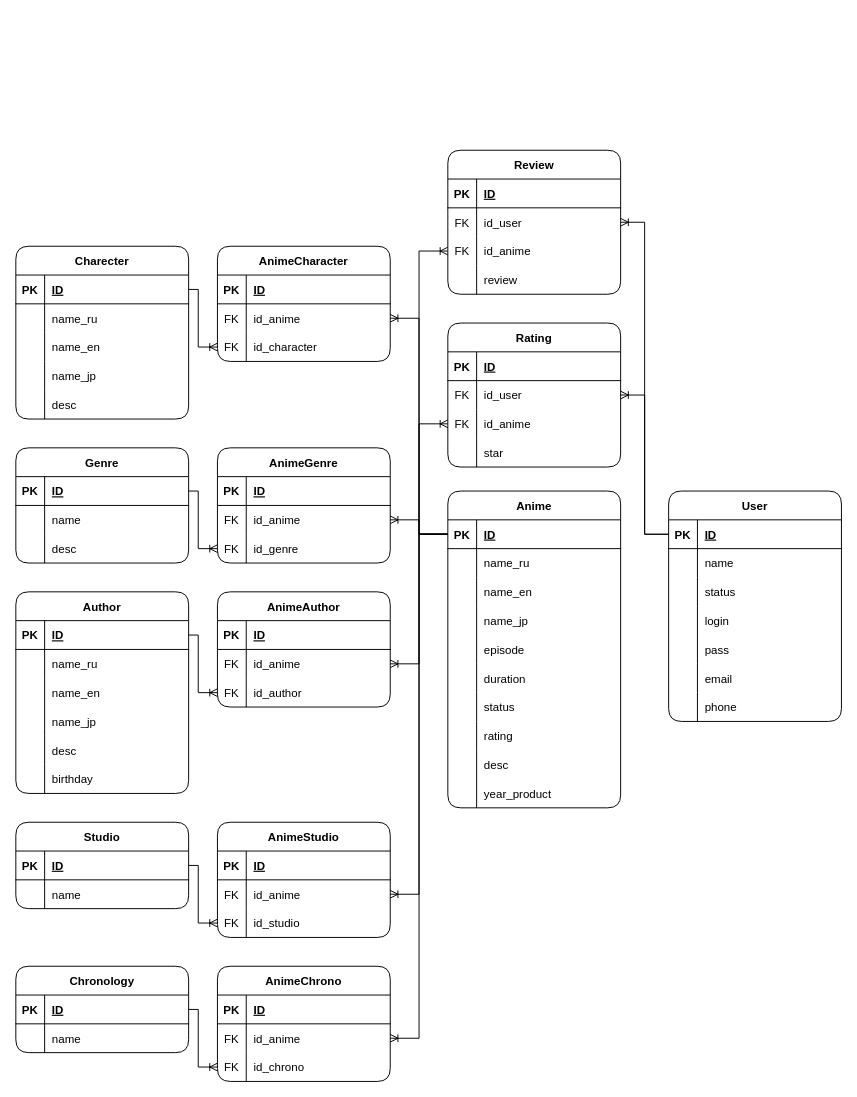
Before: AniTrack.drawio in kk313/AniTrack, a draw.io diagram. Source tidied: cells renumbered, new cells numbered last; positions are measured from the earlier drawing's top-left corner, leaving out a move shared by most shapes. Both pictures are drawn from the tidied source at 96%, with x=0, y=0 at pixel (15, 150).
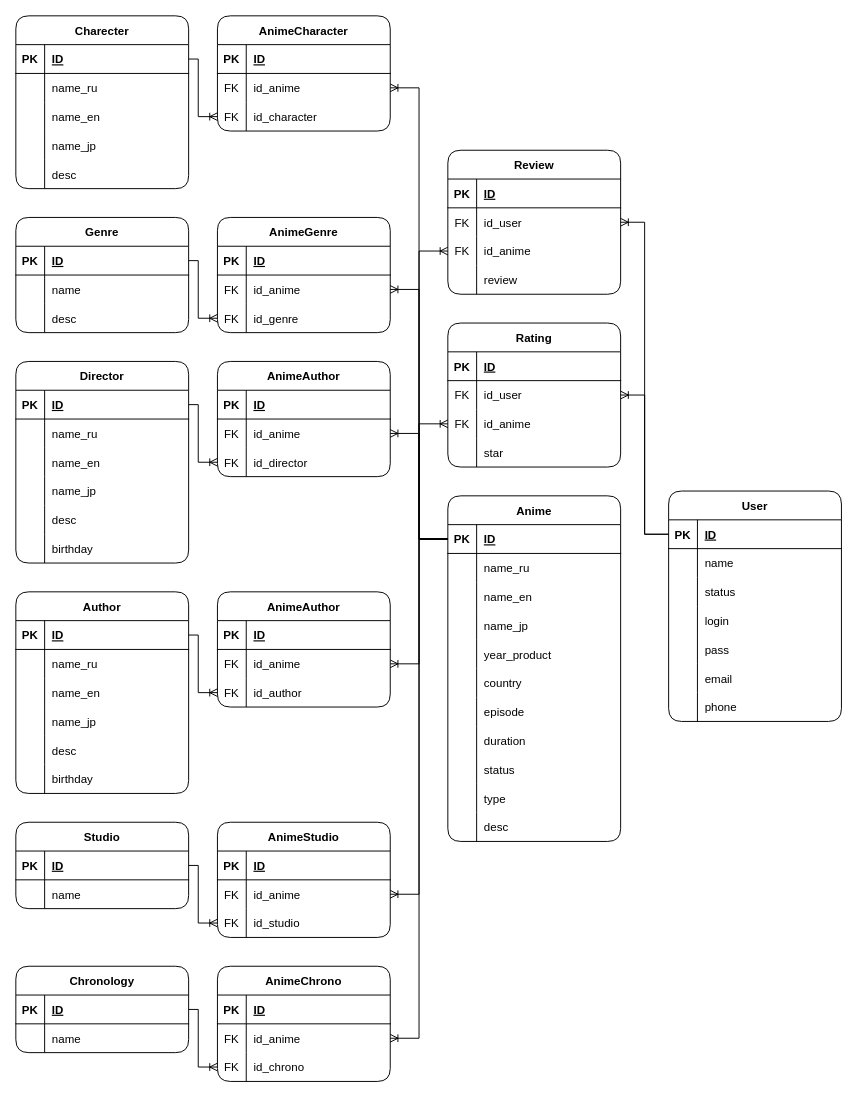
Above is the later version.

The change refers to these unchanged cells:
```xml
<mxCell id="4" style="shape=tableRow;horizontal=0;startSize=0;swimlaneHead=0;swimlaneBody=0;fillColor=none;points=[[0,0.5],[1,0.5]];portConstraint=eastwest;top=0;left=0;right=0;bottom=1;" parent="3" vertex="1">
  <mxGeometry y="30" width="180" height="30" as="geometry" />
</mxCell>
<mxCell id="64" style="shape=tableRow;horizontal=0;startSize=0;swimlaneHead=0;swimlaneBody=0;fillColor=none;points=[[0,0.5],[1,0.5]];portConstraint=eastwest;top=0;left=0;right=0;bottom=1;" parent="63" vertex="1">
  <mxGeometry y="30" width="180" height="30" as="geometry" />
</mxCell>
<mxCell id="106" style="shape=tableRow;horizontal=0;startSize=0;swimlaneHead=0;swimlaneBody=0;fillColor=none;points=[[0,0.5],[1,0.5]];portConstraint=eastwest;top=0;left=0;right=0;bottom=1;" parent="105" vertex="1">
  <mxGeometry y="30" width="180" height="30" as="geometry" />
</mxCell>
<mxCell id="122" style="shape=tableRow;horizontal=0;startSize=0;swimlaneHead=0;swimlaneBody=0;fillColor=none;points=[[0,0.5],[1,0.5]];portConstraint=eastwest;top=0;left=0;right=0;bottom=0;" parent="115" vertex="1">
  <mxGeometry y="90" width="180" height="30" as="geometry" />
</mxCell>
<mxCell id="162" style="shape=tableRow;horizontal=0;startSize=0;swimlaneHead=0;swimlaneBody=0;fillColor=none;points=[[0,0.5],[1,0.5]];portConstraint=eastwest;top=0;left=0;right=0;bottom=0;" parent="155" vertex="1">
  <mxGeometry y="90" width="180" height="30" as="geometry" />
</mxCell>
<mxCell id="182" style="shape=tableRow;horizontal=0;startSize=0;swimlaneHead=0;swimlaneBody=0;fillColor=none;points=[[0,0.5],[1,0.5]];portConstraint=eastwest;top=0;left=0;right=0;bottom=0;" parent="175" vertex="1">
  <mxGeometry y="90" width="180" height="30" as="geometry" />
</mxCell>
<mxCell id="195" style="shape=tableRow;horizontal=0;startSize=0;swimlaneHead=0;swimlaneBody=0;fillColor=none;points=[[0,0.5],[1,0.5]];portConstraint=eastwest;top=0;left=0;right=0;bottom=0;" parent="188" vertex="1">
  <mxGeometry y="90" width="180" height="30" as="geometry" />
</mxCell>
```

Diff of the diagram source:
```diff
@@
     <mxCell id="3" value="Anime" style="shape=table;startSize=30;childLayout=tableLayout;rowLines=0;fontStyle=1;align=center;rounded=1;" parent="1" vertex="1">
-      <mxGeometry x="450" y="355" width="180" height="330" as="geometry" />
+      <mxGeometry x="450" y="360" width="180" height="360" as="geometry" />
     </mxCell>
@@
+    <mxCell id="31" style="shape=tableRow;horizontal=0;startSize=0;swimlaneHead=0;swimlaneBody=0;fillColor=none;top=0;left=0;right=0;bottom=0;" parent="3" vertex="1">
+      <mxGeometry y="150" width="180" height="30" as="geometry" />
+    </mxCell>
+    <mxCell id="32" style="shape=partialRectangle;fillColor=none;top=0;left=0;bottom=0;right=0;overflow=hidden;" parent="31" vertex="1">
+      <mxGeometry width="30" height="30" as="geometry" />
+    </mxCell>
+    <mxCell id="33" value="year_product" style="shape=partialRectangle;fillColor=none;top=0;left=0;bottom=0;right=0;align=left;spacingLeft=6;overflow=hidden;" parent="31" vertex="1">
+      <mxGeometry x="30" width="150" height="30" as="geometry" />
+    </mxCell>
+    <mxCell id="205" style="shape=tableRow;horizontal=0;startSize=0;swimlaneHead=0;swimlaneBody=0;fillColor=none;top=0;left=0;right=0;bottom=0;" parent="3" vertex="1">
+      <mxGeometry y="180" width="180" height="30" as="geometry" />
+    </mxCell>
+    <mxCell id="206" style="shape=partialRectangle;fillColor=none;top=0;left=0;bottom=0;right=0;overflow=hidden;" parent="205" vertex="1">
+      <mxGeometry width="30" height="30" as="geometry" />
+    </mxCell>
+    <mxCell id="207" value="country" style="shape=partialRectangle;fillColor=none;top=0;left=0;bottom=0;right=0;align=left;spacingLeft=6;overflow=hidden;" parent="205" vertex="1">
+      <mxGeometry x="30" width="150" height="30" as="geometry" />
+    </mxCell>
     <mxCell id="16" style="shape=tableRow;horizontal=0;startSize=0;swimlaneHead=0;swimlaneBody=0;fillColor=none;top=0;left=0;right=0;bottom=0;" parent="3" vertex="1">
-      <mxGeometry y="150" width="180" height="30" as="geometry" />
+      <mxGeometry y="210" width="180" height="30" as="geometry" />
     </mxCell>
@@
     <mxCell id="19" style="shape=tableRow;horizontal=0;startSize=0;swimlaneHead=0;swimlaneBody=0;fillColor=none;top=0;left=0;right=0;bottom=0;" parent="3" vertex="1">
-      <mxGeometry y="180" width="180" height="30" as="geometry" />
+      <mxGeometry y="240" width="180" height="30" as="geometry" />
     </mxCell>
@@
     <mxCell id="22" style="shape=tableRow;horizontal=0;startSize=0;swimlaneHead=0;swimlaneBody=0;fillColor=none;top=0;left=0;right=0;bottom=0;" parent="3" vertex="1">
-      <mxGeometry y="210" width="180" height="30" as="geometry" />
+      <mxGeometry y="270" width="180" height="30" as="geometry" />
     </mxCell>
@@
     <mxCell id="25" style="shape=tableRow;horizontal=0;startSize=0;swimlaneHead=0;swimlaneBody=0;fillColor=none;top=0;left=0;right=0;bottom=0;" parent="3" vertex="1">
-      <mxGeometry y="240" width="180" height="30" as="geometry" />
+      <mxGeometry y="300" width="180" height="30" as="geometry" />
     </mxCell>
@@
-    <mxCell id="27" value="rating" style="shape=partialRectangle;fillColor=none;top=0;left=0;bottom=0;right=0;align=left;spacingLeft=6;overflow=hidden;" parent="25" vertex="1">
+    <mxCell id="27" value="type" style="shape=partialRectangle;fillColor=none;top=0;left=0;bottom=0;right=0;align=left;spacingLeft=6;overflow=hidden;" parent="25" vertex="1">
       <mxGeometry x="30" width="150" height="30" as="geometry" />
     </mxCell>
     <mxCell id="28" style="shape=tableRow;horizontal=0;startSize=0;swimlaneHead=0;swimlaneBody=0;fillColor=none;top=0;left=0;right=0;bottom=0;" parent="3" vertex="1">
-      <mxGeometry y="270" width="180" height="30" as="geometry" />
+      <mxGeometry y="330" width="180" height="30" as="geometry" />
     </mxCell>
@@
-    <mxCell id="31" style="shape=tableRow;horizontal=0;startSize=0;swimlaneHead=0;swimlaneBody=0;fillColor=none;top=0;left=0;right=0;bottom=0;" parent="3" vertex="1">
-      <mxGeometry y="300" width="180" height="30" as="geometry" />
-    </mxCell>
-    <mxCell id="32" style="shape=partialRectangle;fillColor=none;top=0;left=0;bottom=0;right=0;overflow=hidden;" parent="31" vertex="1">
-      <mxGeometry width="30" height="30" as="geometry" />
-    </mxCell>
-    <mxCell id="33" value="year_product" style="shape=partialRectangle;fillColor=none;top=0;left=0;bottom=0;right=0;align=left;spacingLeft=6;overflow=hidden;" parent="31" vertex="1">
-      <mxGeometry x="30" width="150" height="30" as="geometry" />
-    </mxCell>
@@
     <mxCell id="63" value="Charecter" style="shape=table;startSize=30;childLayout=tableLayout;rowLines=0;fontStyle=1;align=center;rounded=1;" parent="1" vertex="1">
-      <mxGeometry y="100" width="180" height="180" as="geometry" />
+      <mxGeometry y="-140" width="180" height="180" as="geometry" />
     </mxCell>
@@
     <mxCell id="105" value="Genre" style="shape=table;startSize=30;childLayout=tableLayout;rowLines=0;fontStyle=1;align=center;rounded=1;" parent="1" vertex="1">
-      <mxGeometry y="310" width="180" height="120" as="geometry" />
+      <mxGeometry y="70" width="180" height="120" as="geometry" />
     </mxCell>
@@
     <mxCell id="115" value="AnimeGenre" style="shape=table;startSize=30;childLayout=tableLayout;rowLines=0;fontStyle=1;align=center;rounded=1;" parent="1" vertex="1">
-      <mxGeometry x="210" y="310" width="180" height="120" as="geometry" />
+      <mxGeometry x="210" y="70" width="180" height="120" as="geometry" />
     </mxCell>
@@
     <mxCell id="155" value="AnimeCharacter" style="shape=table;startSize=30;childLayout=tableLayout;rowLines=0;fontStyle=1;align=center;rounded=1;" parent="1" vertex="1">
-      <mxGeometry x="210" y="100" width="180" height="120" as="geometry" />
+      <mxGeometry x="210" y="-140" width="180" height="120" as="geometry" />
     </mxCell>
@@
     <mxCell id="166" style="edgeStyle=orthogonalEdgeStyle;rounded=0;jettySize=auto;html=1;exitX=1;exitY=0.5;exitDx=0;exitDy=0;entryX=0;entryY=0.5;entryDx=0;entryDy=0;endArrow=ERoneToMany;endFill=0;" parent="1" edge="1" source="64" target="162">
       <mxGeometry relative="1" as="geometry">
         <Array as="points">
-          <mxPoint x="190" y="145" />
-          <mxPoint x="190" y="205" />
+          <mxPoint x="190" y="-95" />
+          <mxPoint x="190" y="-35" />
         </Array>
       </mxGeometry>
     </mxCell>
@@
     <mxCell id="174" style="edgeStyle=orthogonalEdgeStyle;rounded=0;jettySize=auto;html=1;exitX=1;exitY=0.5;exitDx=0;exitDy=0;entryX=0;entryY=0.5;entryDx=0;entryDy=0;endArrow=ERoneToMany;endFill=0;" parent="1" edge="1" source="106" target="122">
       <mxGeometry relative="1" as="geometry">
         <Array as="points">
-          <mxPoint x="190" y="355" />
-          <mxPoint x="190" y="415" />
+          <mxPoint x="190" y="115" />
+          <mxPoint x="190" y="175" />
         </Array>
       </mxGeometry>
     </mxCell>
@@
     <mxCell id="201" style="edgeStyle=orthogonalEdgeStyle;rounded=0;jettySize=auto;html=1;exitX=0;exitY=0.5;exitDx=0;exitDy=0;endArrow=ERoneToMany;endFill=0;entryX=0;entryY=0.5;entryDx=0;entryDy=0;" parent="1" edge="1" source="4" target="182">
       <mxGeometry relative="1" as="geometry">
         <Array as="points">
-          <mxPoint x="420" y="400" />
+          <mxPoint x="420" y="405" />
           <mxPoint x="420" y="105" />
         </Array>
       </mxGeometry>
     </mxCell>
     <mxCell id="202" style="edgeStyle=orthogonalEdgeStyle;rounded=0;jettySize=auto;html=1;exitX=0;exitY=0.5;exitDx=0;exitDy=0;entryX=0;entryY=0.5;entryDx=0;entryDy=0;endArrow=ERoneToMany;endFill=0;" parent="1" edge="1" source="4" target="195">
       <mxGeometry relative="1" as="geometry">
         <Array as="points">
-          <mxPoint x="420" y="400" />
+          <mxPoint x="420" y="405" />
           <mxPoint x="420" y="285" />
         </Array>
       </mxGeometry>
     </mxCell>
@@
+    <mxCell id="208" value="Director" style="shape=table;startSize=30;childLayout=tableLayout;rowLines=0;fontStyle=1;align=center;rounded=1;" parent="1" vertex="1">
+      <mxGeometry y="220" width="180" height="210" as="geometry" />
+    </mxCell>
+    <mxCell id="209" style="shape=tableRow;horizontal=0;startSize=0;swimlaneHead=0;swimlaneBody=0;fillColor=none;points=[[0,0.5],[1,0.5]];portConstraint=eastwest;top=0;left=0;right=0;bottom=1;" parent="208" vertex="1">
+      <mxGeometry y="30" width="180" height="30" as="geometry" />
+    </mxCell>
+    <mxCell id="210" value="PK" style="shape=partialRectangle;fillColor=none;top=0;left=0;bottom=0;right=0;fontStyle=1;overflow=hidden;" parent="209" vertex="1">
+      <mxGeometry width="30" height="30" as="geometry" />
+    </mxCell>
+    <mxCell id="211" value="ID" style="shape=partialRectangle;fillColor=none;top=0;left=0;bottom=0;right=0;align=left;spacingLeft=6;fontStyle=5;overflow=hidden;" parent="209" vertex="1">
+      <mxGeometry x="30" width="150" height="30" as="geometry" />
+    </mxCell>
+    <mxCell id="212" style="shape=tableRow;horizontal=0;startSize=0;swimlaneHead=0;swimlaneBody=0;fillColor=none;top=0;left=0;right=0;bottom=0;" parent="208" vertex="1">
+      <mxGeometry y="60" width="180" height="30" as="geometry" />
+    </mxCell>
+    <mxCell id="213" style="shape=partialRectangle;fillColor=none;top=0;left=0;bottom=0;right=0;overflow=hidden;" parent="212" vertex="1">
+      <mxGeometry width="30" height="30" as="geometry" />
+    </mxCell>
+    <mxCell id="214" value="name_ru" style="shape=partialRectangle;fillColor=none;top=0;left=0;bottom=0;right=0;align=left;spacingLeft=6;overflow=hidden;" parent="212" vertex="1">
+      <mxGeometry x="30" width="150" height="30" as="geometry" />
+    </mxCell>
+    <mxCell id="215" style="shape=tableRow;horizontal=0;startSize=0;swimlaneHead=0;swimlaneBody=0;fillColor=none;top=0;left=0;right=0;bottom=0;" parent="208" vertex="1">
+      <mxGeometry y="90" width="180" height="30" as="geometry" />
+    </mxCell>
+    <mxCell id="216" style="shape=partialRectangle;fillColor=none;top=0;left=0;bottom=0;right=0;overflow=hidden;" parent="215" vertex="1">
+      <mxGeometry width="30" height="30" as="geometry" />
+    </mxCell>
+    <mxCell id="217" value="name_en" style="shape=partialRectangle;fillColor=none;top=0;left=0;bottom=0;right=0;align=left;spacingLeft=6;overflow=hidden;" parent="215" vertex="1">
+      <mxGeometry x="30" width="150" height="30" as="geometry" />
+    </mxCell>
+    <mxCell id="218" style="shape=tableRow;horizontal=0;startSize=0;swimlaneHead=0;swimlaneBody=0;fillColor=none;top=0;left=0;right=0;bottom=0;" parent="208" vertex="1">
+      <mxGeometry y="120" width="180" height="30" as="geometry" />
+    </mxCell>
+    <mxCell id="219" style="shape=partialRectangle;fillColor=none;top=0;left=0;bottom=0;right=0;overflow=hidden;" parent="218" vertex="1">
+      <mxGeometry width="30" height="30" as="geometry" />
+    </mxCell>
+    <mxCell id="220" value="name_jp" style="shape=partialRectangle;fillColor=none;top=0;left=0;bottom=0;right=0;align=left;spacingLeft=6;overflow=hidden;" parent="218" vertex="1">
+      <mxGeometry x="30" width="150" height="30" as="geometry" />
+    </mxCell>
+    <mxCell id="221" style="shape=tableRow;horizontal=0;startSize=0;swimlaneHead=0;swimlaneBody=0;fillColor=none;top=0;left=0;right=0;bottom=0;" parent="208" vertex="1">
+      <mxGeometry y="150" width="180" height="30" as="geometry" />
+    </mxCell>
+    <mxCell id="222" style="shape=partialRectangle;fillColor=none;top=0;left=0;bottom=0;right=0;overflow=hidden;" parent="221" vertex="1">
+      <mxGeometry width="30" height="30" as="geometry" />
+    </mxCell>
+    <mxCell id="223" value="desc" style="shape=partialRectangle;fillColor=none;top=0;left=0;bottom=0;right=0;align=left;spacingLeft=6;overflow=hidden;" parent="221" vertex="1">
+      <mxGeometry x="30" width="150" height="30" as="geometry" />
+    </mxCell>
+    <mxCell id="224" style="shape=tableRow;horizontal=0;startSize=0;swimlaneHead=0;swimlaneBody=0;fillColor=none;top=0;left=0;right=0;bottom=0;" parent="208" vertex="1">
+      <mxGeometry y="180" width="180" height="30" as="geometry" />
+    </mxCell>
+    <mxCell id="225" style="shape=partialRectangle;fillColor=none;top=0;left=0;bottom=0;right=0;overflow=hidden;" parent="224" vertex="1">
+      <mxGeometry width="30" height="30" as="geometry" />
+    </mxCell>
+    <mxCell id="226" value="birthday" style="shape=partialRectangle;fillColor=none;top=0;left=0;bottom=0;right=0;align=left;spacingLeft=6;overflow=hidden;" parent="224" vertex="1">
+      <mxGeometry x="30" width="150" height="30" as="geometry" />
+    </mxCell>
+    <mxCell id="227" value="AnimeAuthor" style="shape=table;startSize=30;childLayout=tableLayout;rowLines=0;fontStyle=1;align=center;rounded=1;" parent="1" vertex="1">
+      <mxGeometry x="210" y="220" width="180" height="120" as="geometry" />
+    </mxCell>
+    <mxCell id="228" style="shape=tableRow;horizontal=0;startSize=0;swimlaneHead=0;swimlaneBody=0;fillColor=none;top=0;left=0;right=0;bottom=1;" parent="227" vertex="1">
+      <mxGeometry y="30" width="180" height="30" as="geometry" />
+    </mxCell>
+    <mxCell id="229" value="PK" style="shape=partialRectangle;fillColor=none;top=0;left=0;bottom=0;right=0;fontStyle=1;overflow=hidden;" parent="228" vertex="1">
+      <mxGeometry width="30" height="30" as="geometry" />
+    </mxCell>
+    <mxCell id="230" value="ID" style="shape=partialRectangle;fillColor=none;top=0;left=0;bottom=0;right=0;align=left;spacingLeft=6;fontStyle=5;overflow=hidden;" parent="228" vertex="1">
+      <mxGeometry x="30" width="150" height="30" as="geometry" />
+    </mxCell>
+    <mxCell id="231" style="shape=tableRow;horizontal=0;startSize=0;swimlaneHead=0;swimlaneBody=0;fillColor=none;points=[[0,0.5],[1,0.5]];portConstraint=eastwest;top=0;left=0;right=0;bottom=0;" parent="227" vertex="1">
+      <mxGeometry y="60" width="180" height="30" as="geometry" />
+    </mxCell>
+    <mxCell id="232" value="FK" style="shape=partialRectangle;fillColor=none;top=0;left=0;bottom=0;right=0;overflow=hidden;" parent="231" vertex="1">
+      <mxGeometry width="30" height="30" as="geometry" />
+    </mxCell>
+    <mxCell id="233" value="id_anime" style="shape=partialRectangle;fillColor=none;top=0;left=0;bottom=0;right=0;align=left;spacingLeft=6;overflow=hidden;" parent="231" vertex="1">
+      <mxGeometry x="30" width="150" height="30" as="geometry" />
+    </mxCell>
+    <mxCell id="234" style="shape=tableRow;horizontal=0;startSize=0;swimlaneHead=0;swimlaneBody=0;fillColor=none;points=[[0,0.5],[1,0.5]];portConstraint=eastwest;top=0;left=0;right=0;bottom=0;" parent="227" vertex="1">
+      <mxGeometry y="90" width="180" height="30" as="geometry" />
+    </mxCell>
+    <mxCell id="235" value="FK" style="shape=partialRectangle;fillColor=none;top=0;left=0;bottom=0;right=0;overflow=hidden;" parent="234" vertex="1">
+      <mxGeometry width="30" height="30" as="geometry" />
+    </mxCell>
+    <mxCell id="236" value="id_director" style="shape=partialRectangle;fillColor=none;top=0;left=0;bottom=0;right=0;align=left;spacingLeft=6;overflow=hidden;" parent="234" vertex="1">
+      <mxGeometry x="30" width="150" height="30" as="geometry" />
+    </mxCell>
+    <mxCell id="237" style="edgeStyle=orthogonalEdgeStyle;rounded=0;jettySize=auto;html=1;exitX=1;exitY=0.5;exitDx=0;exitDy=0;entryX=0;entryY=0.5;entryDx=0;entryDy=0;endArrow=ERoneToMany;endFill=0;" parent="1" edge="1" source="209" target="234">
+      <mxGeometry relative="1" as="geometry">
+        <Array as="points">
+          <mxPoint x="190" y="265" />
+          <mxPoint x="190" y="325" />
+        </Array>
+      </mxGeometry>
+    </mxCell>
+    <mxCell id="238" style="edgeStyle=orthogonalEdgeStyle;rounded=0;jettySize=auto;html=1;exitX=0;exitY=0.5;exitDx=0;exitDy=0;entryX=1;entryY=0.5;entryDx=0;entryDy=0;endArrow=ERoneToMany;endFill=0;" parent="1" edge="1" source="4" target="231">
+      <mxGeometry relative="1" as="geometry" />
+    </mxCell>
```
